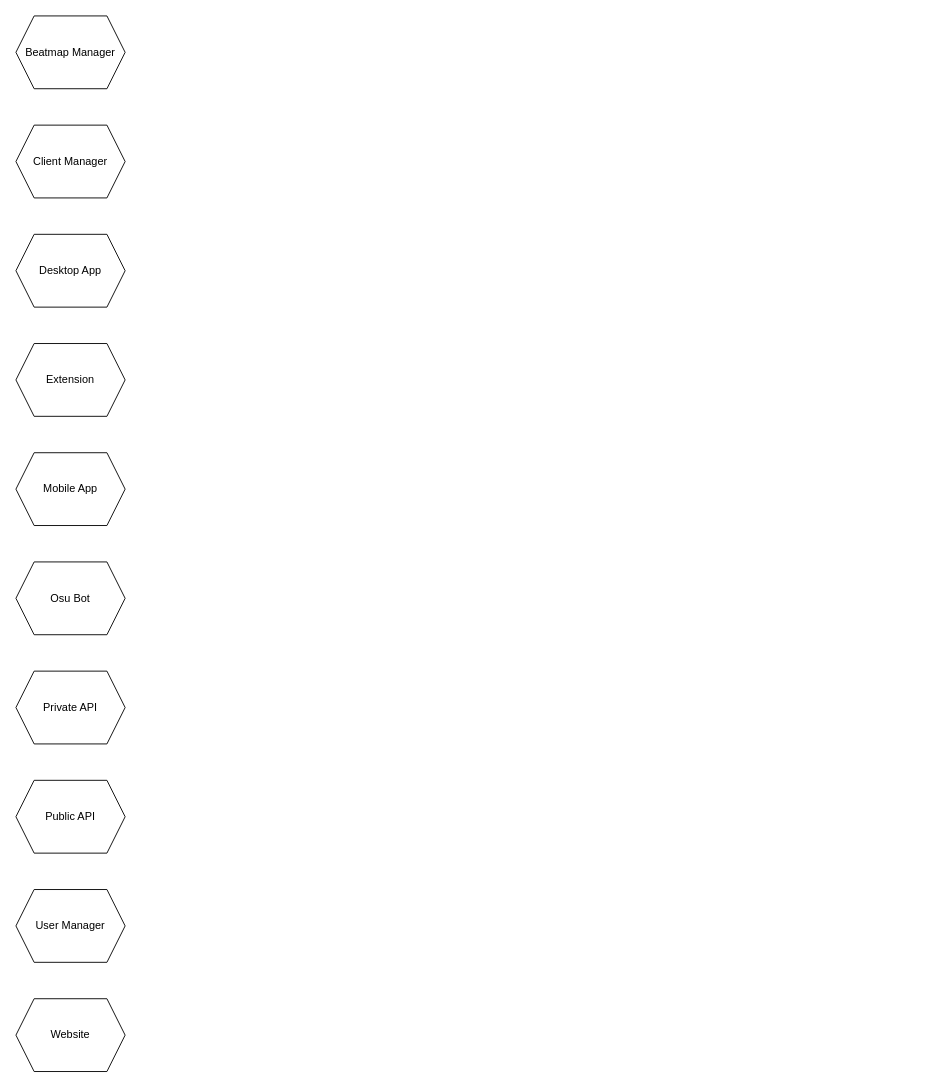
Above: page "overview" (1 of 11) of BellaFiora.drawio in BellaFiora/BellaFiora (draw.io), before the change. Source tidied: cells renumbered, new cells numbered last; positions are measured from the earlier drawing's top-left corner, leaving out a move shared by most shapes. Both pictures are drawn from the tidied source at 91%, with x=0, y=0 at pixel (15, 15).
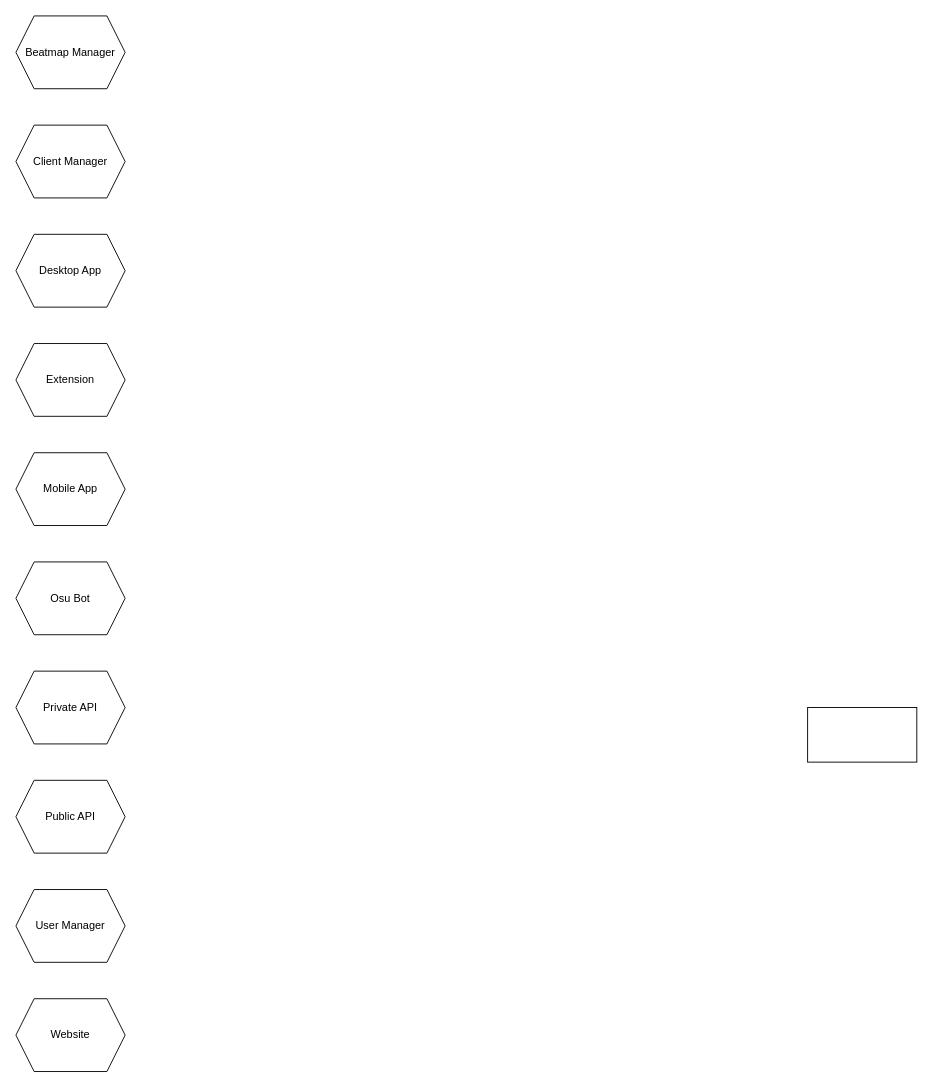
Above is the later version.

Diff of the diagram source:
```diff
@@
 <mxGraphModel>
   <root>
     <mxCell id="0" />
     <mxCell id="1" parent="0" />
     <mxCell id="2" value="Beatmap Manager" style="shape=hexagon;perimeter=hexagonPerimeter2;whiteSpace=wrap;html=1;fixedSize=1;" parent="1" vertex="1">
       <mxGeometry width="120" height="80" as="geometry" />
     </mxCell>
     <mxCell id="3" value="Client Manager" style="shape=hexagon;perimeter=hexagonPerimeter2;whiteSpace=wrap;html=1;fixedSize=1;" parent="1" vertex="1">
       <mxGeometry y="120" width="120" height="80" as="geometry" />
     </mxCell>
     <mxCell id="4" value="Desktop App" style="shape=hexagon;perimeter=hexagonPerimeter2;whiteSpace=wrap;html=1;fixedSize=1;" parent="1" vertex="1">
       <mxGeometry y="240" width="120" height="80" as="geometry" />
     </mxCell>
     <mxCell id="5" value="Extension" style="shape=hexagon;perimeter=hexagonPerimeter2;whiteSpace=wrap;html=1;fixedSize=1;" parent="1" vertex="1">
       <mxGeometry y="360" width="120" height="80" as="geometry" />
     </mxCell>
     <mxCell id="6" value="Mobile App" style="shape=hexagon;perimeter=hexagonPerimeter2;whiteSpace=wrap;html=1;fixedSize=1;" parent="1" vertex="1">
       <mxGeometry y="480" width="120" height="80" as="geometry" />
     </mxCell>
     <mxCell id="7" value="Osu Bot" style="shape=hexagon;perimeter=hexagonPerimeter2;whiteSpace=wrap;html=1;fixedSize=1;" parent="1" vertex="1">
       <mxGeometry y="600" width="120" height="80" as="geometry" />
     </mxCell>
     <mxCell id="8" value="Private API" style="shape=hexagon;perimeter=hexagonPerimeter2;whiteSpace=wrap;html=1;fixedSize=1;" parent="1" vertex="1">
       <mxGeometry y="720" width="120" height="80" as="geometry" />
     </mxCell>
     <mxCell id="9" value="Public API" style="shape=hexagon;perimeter=hexagonPerimeter2;whiteSpace=wrap;html=1;fixedSize=1;" parent="1" vertex="1">
       <mxGeometry y="840" width="120" height="80" as="geometry" />
     </mxCell>
     <mxCell id="10" value="User Manager" style="shape=hexagon;perimeter=hexagonPerimeter2;whiteSpace=wrap;html=1;fixedSize=1;" parent="1" vertex="1">
       <mxGeometry y="960" width="120" height="80" as="geometry" />
     </mxCell>
     <mxCell id="11" value="Website" style="shape=hexagon;perimeter=hexagonPerimeter2;whiteSpace=wrap;html=1;fixedSize=1;" parent="1" vertex="1">
       <mxGeometry y="1080" width="120" height="80" as="geometry" />
     </mxCell>
+    <mxCell id="12" style="rounded=0;whiteSpace=wrap;html=1;" parent="1" vertex="1">
+      <mxGeometry x="870" y="760" width="120" height="60" as="geometry" />
+    </mxCell>
   </root>
 </mxGraphModel>
```
